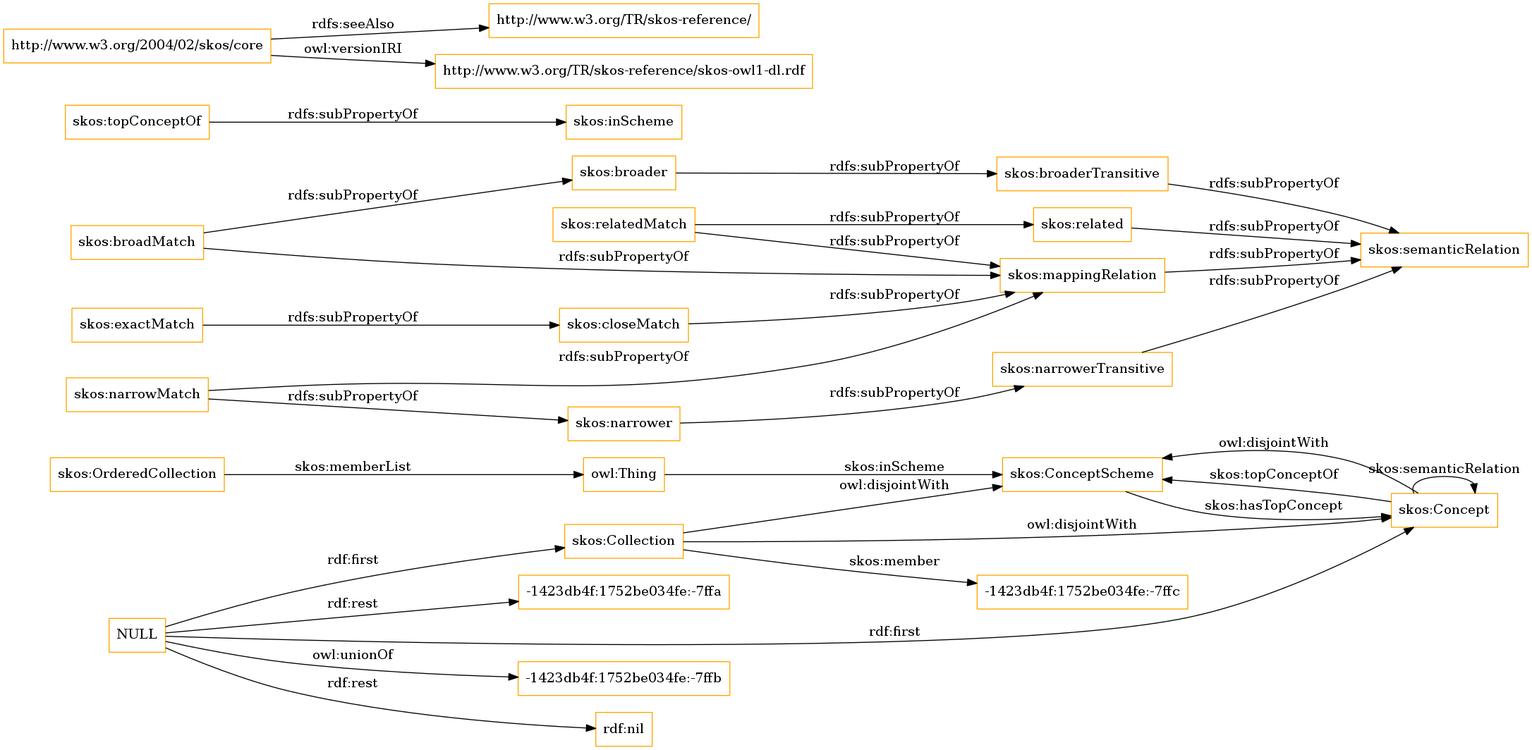
The Graphviz diagram OnToology/imports/skos.owl/diagrams/ar2dtool-class/skos.owl.png in OnToologyUser/core-ontology-1, before a commit. Its source is kept beside it as OnToology/imports/skos.owl/diagrams/ar2dtool-class/skos.owl.png.dot.
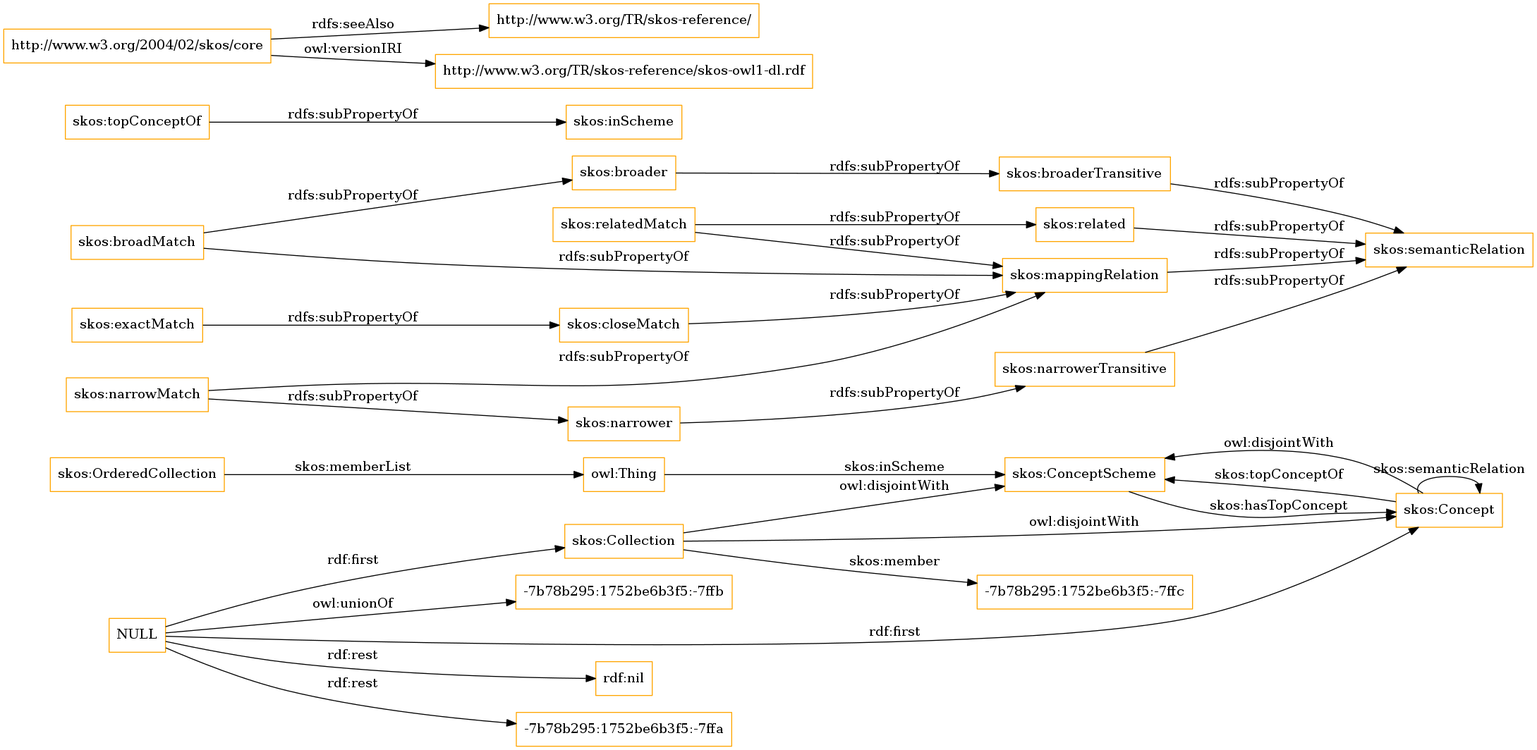
After the change.

What changed in the source:
```diff
@@ -1,13 +1,13 @@
 digraph ar2dtool_diagram {
 rankdir=LR;
 size="1501"
-node [shape = rectangle, color="orange"]; "skos:OrderedCollection" "skos:ConceptScheme" "skos:Concept" "skos:Collection" "-1423db4f:1752be034fe:-7ffc" ; /*classes style*/
+node [shape = rectangle, color="orange"]; "skos:OrderedCollection" "skos:ConceptScheme" "skos:Concept" "skos:Collection" "-7b78b295:1752be6b3f5:-7ffc" ; /*classes style*/
 	"skos:narrowerTransitive" -> "skos:semanticRelation" [ label = "rdfs:subPropertyOf" ];
-	"NULL" -> "-1423db4f:1752be034fe:-7ffb" [ label = "owl:unionOf" ];
 	"NULL" -> "rdf:nil" [ label = "rdf:rest" ];
 	"NULL" -> "skos:Concept" [ label = "rdf:first" ];
-	"NULL" -> "-1423db4f:1752be034fe:-7ffa" [ label = "rdf:rest" ];
+	"NULL" -> "-7b78b295:1752be6b3f5:-7ffa" [ label = "rdf:rest" ];
 	"NULL" -> "skos:Collection" [ label = "rdf:first" ];
+	"NULL" -> "-7b78b295:1752be6b3f5:-7ffb" [ label = "owl:unionOf" ];
 	"skos:closeMatch" -> "skos:mappingRelation" [ label = "rdfs:subPropertyOf" ];
 	"skos:Concept" -> "skos:ConceptScheme" [ label = "owl:disjointWith" ];
 	"skos:relatedMatch" -> "skos:related" [ label = "rdfs:subPropertyOf" ];
@@ -30,7 +30,7 @@
 	"skos:OrderedCollection" -> "owl:Thing" [ label = "skos:memberList" ];
 	"skos:Concept" -> "skos:ConceptScheme" [ label = "skos:topConceptOf" ];
 	"skos:Concept" -> "skos:Concept" [ label = "skos:semanticRelation" ];
-	"skos:Collection" -> "-1423db4f:1752be034fe:-7ffc" [ label = "skos:member" ];
+	"skos:Collection" -> "-7b78b295:1752be6b3f5:-7ffc" [ label = "skos:member" ];
 	"skos:ConceptScheme" -> "skos:Concept" [ label = "skos:hasTopConcept" ];
 	"owl:Thing" -> "skos:ConceptScheme" [ label = "skos:inScheme" ];
 
```
